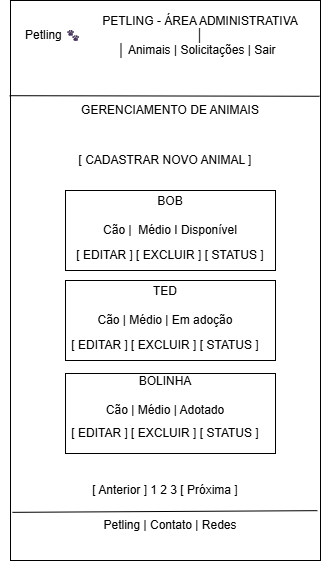
The draw.io diagram docs/wireframe-admin-animais.png in ClarissaMapelli/petling, before a commit. Source tidied: cells renumbered, new cells last; positions are measured from the earlier drawing's top-left corner, leaving out a move shared by most shapes. Source of this version:
```xml
<mxGraphModel>
  <root>
    <mxCell id="0" />
    <mxCell id="1" parent="0" />
    <mxCell id="2" style="rounded=0;whiteSpace=wrap;html=1;" parent="1" vertex="1">
      <mxGeometry x="10" width="310" height="560" as="geometry" />
    </mxCell>
    <mxCell id="3" style="endArrow=none;html=1;rounded=0;entryX=0.997;entryY=0.171;entryDx=0;entryDy=0;entryPerimeter=0;exitX=-0.003;exitY=0.17;exitDx=0;exitDy=0;exitPerimeter=0;" parent="1" edge="1" source="2" target="2">
      <mxGeometry relative="1" as="geometry" />
    </mxCell>
    <mxCell id="4" value="PETLING - ÁREA ADMINISTRATIVA            │&lt;br/&gt;│ Animais | Solicitações | Sair&amp;nbsp;&amp;nbsp;" style="text;html=1;whiteSpace=wrap;strokeColor=none;fillColor=none;align=center;verticalAlign=middle;rounded=0;" parent="1" vertex="1">
      <mxGeometry x="100" y="20" width="200" height="30" as="geometry" />
    </mxCell>
    <mxCell id="5" value="Petling&amp;nbsp;🐾&amp;nbsp;" style="text;html=1;whiteSpace=wrap;strokeColor=none;fillColor=none;align=center;verticalAlign=middle;rounded=0;" parent="1" vertex="1">
      <mxGeometry y="10" width="110" height="50" as="geometry" />
    </mxCell>
    <mxCell id="6" value="&lt;div&gt;GERENCIAMENTO DE ANIMAIS&lt;/div&gt;" style="text;html=1;whiteSpace=wrap;strokeColor=none;fillColor=none;align=center;verticalAlign=middle;rounded=0;" parent="1" vertex="1">
      <mxGeometry x="35" y="90" width="270" height="40" as="geometry" />
    </mxCell>
    <mxCell id="7" style="endArrow=none;html=1;rounded=0;exitX=0.006;exitY=0.914;exitDx=0;exitDy=0;exitPerimeter=0;entryX=0.99;entryY=0.911;entryDx=0;entryDy=0;entryPerimeter=0;" parent="1" edge="1" source="2" target="2">
      <mxGeometry relative="1" as="geometry" />
    </mxCell>
    <mxCell id="8" value=" Petling | Contato | Redes  " style="text;html=1;whiteSpace=wrap;strokeColor=none;fillColor=none;align=center;verticalAlign=middle;rounded=0;" parent="1" vertex="1">
      <mxGeometry x="60" y="510" width="220" height="30" as="geometry" />
    </mxCell>
    <mxCell id="9" value="&lt;div&gt;&lt;div&gt;[ CADASTRAR NOVO ANIMAL ]&lt;/div&gt;&lt;/div&gt;" style="text;html=1;whiteSpace=wrap;strokeColor=none;fillColor=none;align=center;verticalAlign=middle;rounded=0;" parent="1" vertex="1">
      <mxGeometry x="60" y="150" width="210" height="20" as="geometry" />
    </mxCell>
    <mxCell id="10" style="rounded=0;whiteSpace=wrap;html=1;" parent="1" vertex="1">
      <mxGeometry x="65" y="190" width="210" height="80" as="geometry" />
    </mxCell>
    <mxCell id="11" value="BOB&lt;div&gt;&lt;br&gt;&lt;div&gt;Cão |&amp;nbsp; Médio I Disponível&lt;/div&gt;&lt;/div&gt;" style="text;html=1;whiteSpace=wrap;strokeColor=none;fillColor=none;align=center;verticalAlign=middle;rounded=0;" parent="1" vertex="1">
      <mxGeometry x="70" y="200" width="200" height="30" as="geometry" />
    </mxCell>
    <mxCell id="12" value="[ EDITAR ] [ EXCLUIR ] [ STATUS ]" style="text;html=1;whiteSpace=wrap;strokeColor=none;fillColor=none;align=center;verticalAlign=middle;rounded=0;" parent="1" vertex="1">
      <mxGeometry x="70" y="240" width="200" height="30" as="geometry" />
    </mxCell>
    <mxCell id="13" style="rounded=0;whiteSpace=wrap;html=1;" parent="1" vertex="1">
      <mxGeometry x="65" y="280" width="210" height="80" as="geometry" />
    </mxCell>
    <mxCell id="14" value="TED&lt;br&gt;&lt;div&gt;&lt;br&gt;&lt;div&gt;Cão | Médio | Em adoção&lt;/div&gt;&lt;/div&gt;" style="text;html=1;whiteSpace=wrap;strokeColor=none;fillColor=none;align=center;verticalAlign=middle;rounded=0;" parent="1" vertex="1">
      <mxGeometry x="65" y="290" width="200" height="30" as="geometry" />
    </mxCell>
    <mxCell id="15" value="[ EDITAR ] [ EXCLUIR ] [ STATUS ]" style="text;html=1;whiteSpace=wrap;strokeColor=none;fillColor=none;align=center;verticalAlign=middle;rounded=0;" parent="1" vertex="1">
      <mxGeometry x="65" y="330" width="200" height="30" as="geometry" />
    </mxCell>
    <mxCell id="16" style="rounded=0;whiteSpace=wrap;html=1;" parent="1" vertex="1">
      <mxGeometry x="65" y="373" width="210" height="80" as="geometry" />
    </mxCell>
    <mxCell id="17" value="BOLINHA&lt;div&gt;&lt;br&gt;&lt;div&gt;Cão | Médio | Adotado&lt;/div&gt;&lt;/div&gt;" style="text;html=1;whiteSpace=wrap;strokeColor=none;fillColor=none;align=center;verticalAlign=middle;rounded=0;" parent="1" vertex="1">
      <mxGeometry x="65" y="380" width="200" height="30" as="geometry" />
    </mxCell>
    <mxCell id="18" value="[ EDITAR ] [ EXCLUIR ] [ STATUS ]" style="text;html=1;whiteSpace=wrap;strokeColor=none;fillColor=none;align=center;verticalAlign=middle;rounded=0;" parent="1" vertex="1">
      <mxGeometry x="65" y="418" width="200" height="30" as="geometry" />
    </mxCell>
    <mxCell id="19" value="[ Anterior ]  1  2  3  [ Próxima ]" style="text;html=1;whiteSpace=wrap;strokeColor=none;fillColor=none;align=center;verticalAlign=middle;rounded=0;" parent="1" vertex="1">
      <mxGeometry x="75" y="475" width="180" height="30" as="geometry" />
    </mxCell>
  </root>
</mxGraphModel>
```
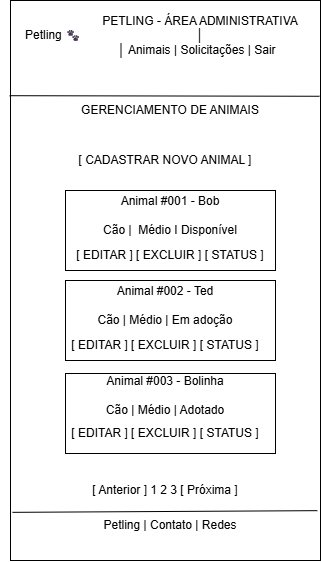
The same file after the commit.

Commit message:
docs: adiciona ID dos animais no wireframe administrativo

What changed in the source:
```diff
@@ -29,7 +29,7 @@
     <mxCell id="10" style="rounded=0;whiteSpace=wrap;html=1;" parent="1" vertex="1">
       <mxGeometry x="65" y="190" width="210" height="80" as="geometry" />
     </mxCell>
-    <mxCell id="11" value="BOB&lt;div&gt;&lt;br&gt;&lt;div&gt;Cão |&amp;nbsp; Médio I Disponível&lt;/div&gt;&lt;/div&gt;" style="text;html=1;whiteSpace=wrap;strokeColor=none;fillColor=none;align=center;verticalAlign=middle;rounded=0;" parent="1" vertex="1">
+    <mxCell id="11" value="Animal #001 - Bob&lt;br&gt;&lt;div&gt;&lt;br&gt;&lt;div&gt;Cão |&amp;nbsp; Médio I Disponível&lt;/div&gt;&lt;/div&gt;" style="text;html=1;whiteSpace=wrap;strokeColor=none;fillColor=none;align=center;verticalAlign=middle;rounded=0;" parent="1" vertex="1">
       <mxGeometry x="70" y="200" width="200" height="30" as="geometry" />
     </mxCell>
     <mxCell id="12" value="[ EDITAR ] [ EXCLUIR ] [ STATUS ]" style="text;html=1;whiteSpace=wrap;strokeColor=none;fillColor=none;align=center;verticalAlign=middle;rounded=0;" parent="1" vertex="1">
@@ -38,7 +38,7 @@
     <mxCell id="13" style="rounded=0;whiteSpace=wrap;html=1;" parent="1" vertex="1">
       <mxGeometry x="65" y="280" width="210" height="80" as="geometry" />
     </mxCell>
-    <mxCell id="14" value="TED&lt;br&gt;&lt;div&gt;&lt;br&gt;&lt;div&gt;Cão | Médio | Em adoção&lt;/div&gt;&lt;/div&gt;" style="text;html=1;whiteSpace=wrap;strokeColor=none;fillColor=none;align=center;verticalAlign=middle;rounded=0;" parent="1" vertex="1">
+    <mxCell id="14" value="Animal #002 - Ted&lt;br&gt;&lt;div&gt;&lt;br&gt;&lt;div&gt;Cão | Médio | Em adoção&lt;/div&gt;&lt;/div&gt;" style="text;html=1;whiteSpace=wrap;strokeColor=none;fillColor=none;align=center;verticalAlign=middle;rounded=0;" parent="1" vertex="1">
       <mxGeometry x="65" y="290" width="200" height="30" as="geometry" />
     </mxCell>
     <mxCell id="15" value="[ EDITAR ] [ EXCLUIR ] [ STATUS ]" style="text;html=1;whiteSpace=wrap;strokeColor=none;fillColor=none;align=center;verticalAlign=middle;rounded=0;" parent="1" vertex="1">
@@ -47,7 +47,7 @@
     <mxCell id="16" style="rounded=0;whiteSpace=wrap;html=1;" parent="1" vertex="1">
       <mxGeometry x="65" y="373" width="210" height="80" as="geometry" />
     </mxCell>
-    <mxCell id="17" value="BOLINHA&lt;div&gt;&lt;br&gt;&lt;div&gt;Cão | Médio | Adotado&lt;/div&gt;&lt;/div&gt;" style="text;html=1;whiteSpace=wrap;strokeColor=none;fillColor=none;align=center;verticalAlign=middle;rounded=0;" parent="1" vertex="1">
+    <mxCell id="17" value="Animal #003 - Bolinha&lt;div&gt;&lt;br&gt;&lt;div&gt;Cão | Médio | Adotado&lt;/div&gt;&lt;/div&gt;" style="text;html=1;whiteSpace=wrap;strokeColor=none;fillColor=none;align=center;verticalAlign=middle;rounded=0;" parent="1" vertex="1">
       <mxGeometry x="65" y="380" width="200" height="30" as="geometry" />
     </mxCell>
     <mxCell id="18" value="[ EDITAR ] [ EXCLUIR ] [ STATUS ]" style="text;html=1;whiteSpace=wrap;strokeColor=none;fillColor=none;align=center;verticalAlign=middle;rounded=0;" parent="1" vertex="1">
```
